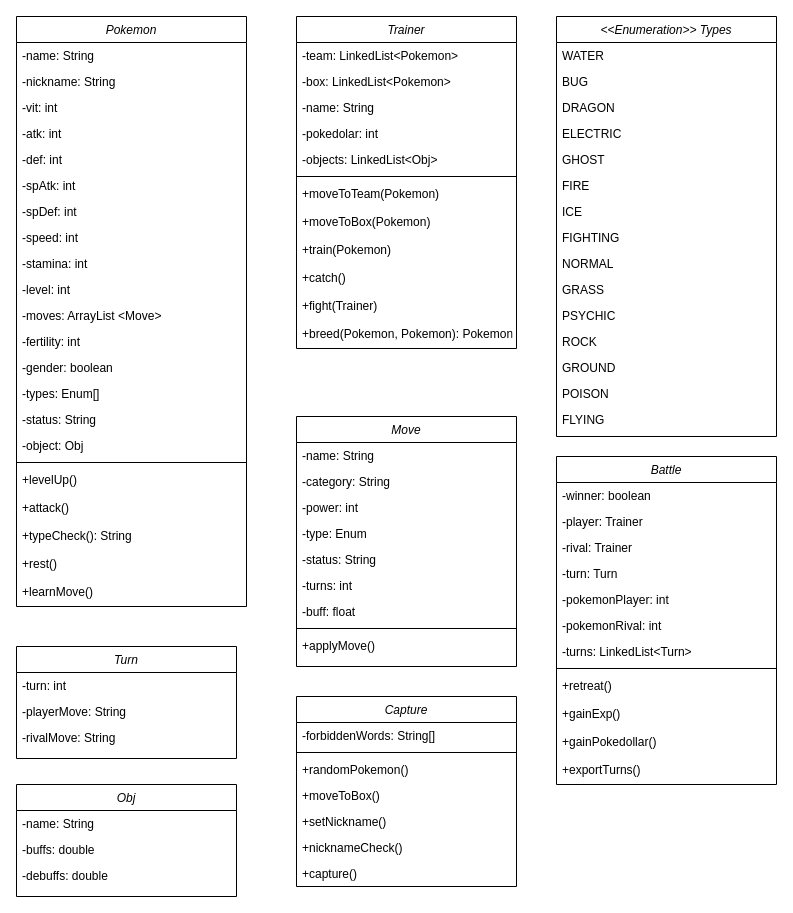
Earlier version of the draw.io diagram dia/DiagramaClasesPokemon.drawio (GabriLoren/Pokemon). Source tidied: cells renumbered, new cells numbered last; positions are measured from the earlier drawing's top-left corner, leaving out a move shared by most shapes. Both pictures are drawn from the tidied source at 100%, with x=0, y=0 at pixel (16, 16).
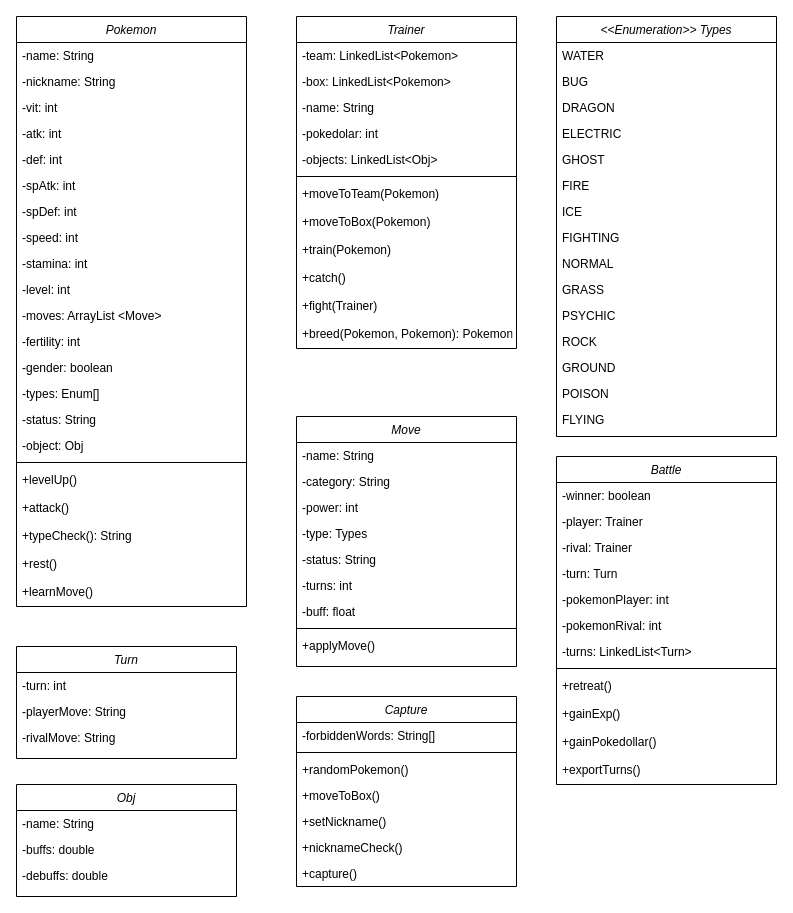
The same diagram, later.

Commit message (it also covers changes not shown here):
Modificación diagrama de clases

Unchanged cells that the change refers to:
```xml
<mxCell id="38" value="Move" style="swimlane;fontStyle=2;align=center;verticalAlign=top;horizontal=1;startSize=26;rounded=0;shadow=0;strokeWidth=1;" parent="1" vertex="1">
  <mxGeometry x="280" y="400" width="220" height="250" as="geometry" />
</mxCell>
```

Diff of the diagram source:
```diff
@@
-    <mxCell id="42" value="-type: Enum" style="text;align=left;verticalAlign=top;spacingLeft=4;spacingRight=4;overflow=hidden;rounded=0;shadow=0;html=0;" parent="38" vertex="1">
+    <mxCell id="42" value="-type: Types" style="text;align=left;verticalAlign=top;spacingLeft=4;spacingRight=4;overflow=hidden;rounded=0;shadow=0;html=0;" parent="38" vertex="1">
       <mxGeometry y="104" width="220" height="26" as="geometry" />
     </mxCell>
```
